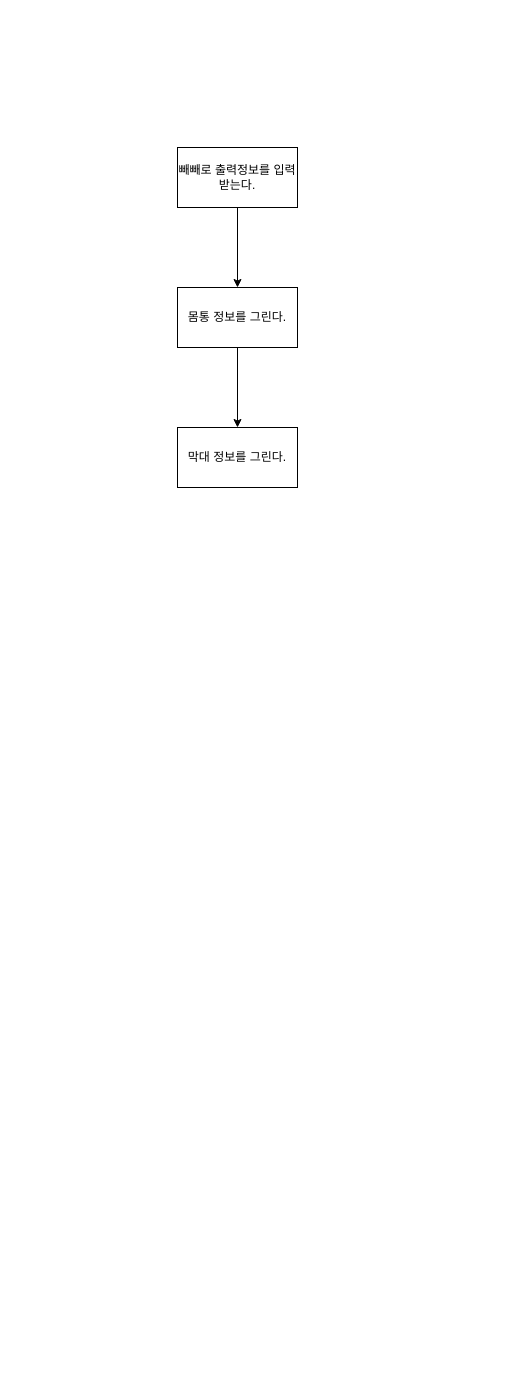
The draw.io diagram 뺴뺴로.drawio in yagom-academy/swift-starter-Round1, before the edit. Source tidied: cells renumbered, new cells numbered last; positions are measured from the earlier drawing's top-left corner, leaving out a move shared by most shapes. Both pictures are drawn from the tidied source at 100%, with x=0, y=0 at pixel (177, 147).
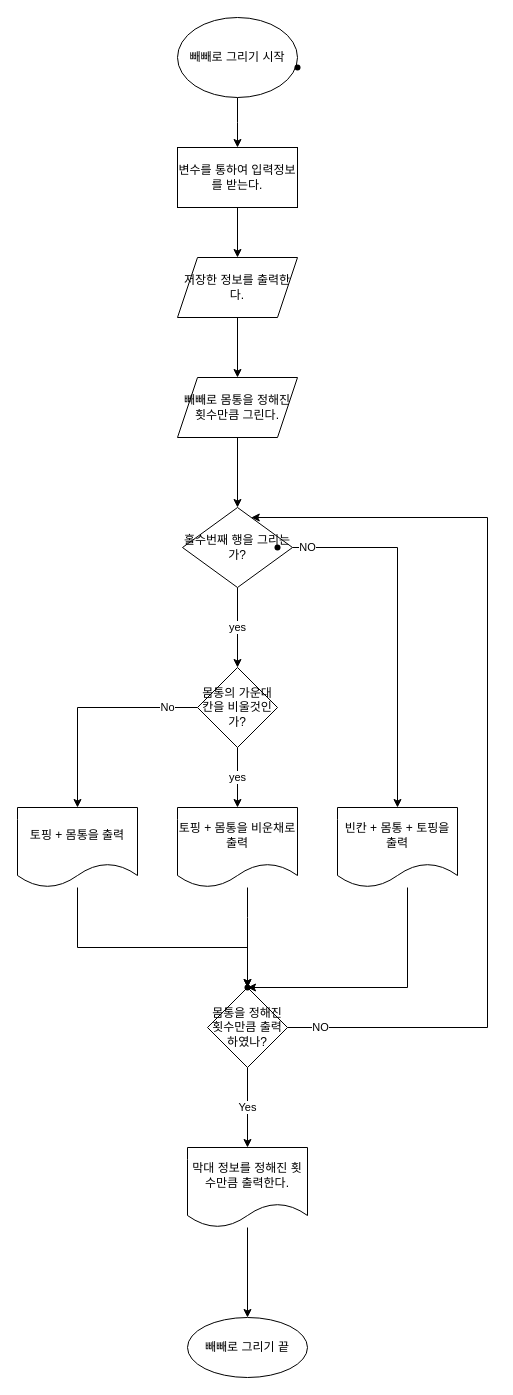
The same page after the edit.

What changed in the source:
```diff
@@
-    <mxCell id="2" style="edgeStyle=orthogonalEdgeStyle;rounded=0;jettySize=auto;html=1;" parent="1" edge="1" source="3" target="5">
-      <mxGeometry relative="1" as="geometry" />
-    </mxCell>
-    <mxCell id="3" value="빼빼로 출력정보를 입력받는다." style="rounded=0;whiteSpace=wrap;html=1;" parent="1" vertex="1">
-      <mxGeometry width="120" height="60" as="geometry" />
-    </mxCell>
-    <mxCell id="4" style="edgeStyle=orthogonalEdgeStyle;rounded=0;jettySize=auto;html=1;" parent="1" edge="1" source="5" target="6">
-      <mxGeometry relative="1" as="geometry" />
+    <mxCell id="4" style="edgeStyle=orthogonalEdgeStyle;rounded=0;orthogonalLoop=1;jettySize=auto;html=1;" parent="1" edge="1">
+      <mxGeometry relative="1" as="geometry">
+        <mxPoint x="60" y="290" as="sourcePoint" />
+        <mxPoint x="60" y="360" as="targetPoint" />
+      </mxGeometry>
     </mxCell>
-    <mxCell id="5" value="몸통 정보를 그린다." style="rounded=0;whiteSpace=wrap;html=1;" parent="1" vertex="1">
-      <mxGeometry y="140" width="120" height="60" as="geometry" />
-    </mxCell>
-    <mxCell id="6" value="막대 정보를 그린다." style="rounded=0;whiteSpace=wrap;html=1;" parent="1" vertex="1">
-      <mxGeometry y="280" width="120" height="60" as="geometry" />
-    </mxCell>
+    <mxCell id="7" style="edgeStyle=orthogonalEdgeStyle;rounded=0;jettySize=auto;html=1;" parent="1" edge="1" source="8">
+      <mxGeometry x="0.2" y="40" relative="1" as="geometry">
+        <mxPoint x="60" as="targetPoint" />
+      </mxGeometry>
+    </mxCell>
+    <mxCell id="8" value="빼빼로 그리기 시작" style="ellipse;whiteSpace=wrap;html=1;" parent="1" vertex="1">
+      <mxGeometry y="-130" width="120" height="80" as="geometry" />
+    </mxCell>
+    <mxCell id="9" style="shape=waypoint;sketch=0;size=6;fillColor=default;perimeter=centerPerimeter;" parent="1" vertex="1">
+      <mxGeometry x="100" y="-100" width="40" height="40" as="geometry" />
+    </mxCell>
+    <mxCell id="10" style="edgeStyle=orthogonalEdgeStyle;rounded=0;jettySize=auto;html=1;entryX=0.5;entryY=0;entryDx=0;entryDy=0;exitX=0.5;exitY=1;exitDx=0;exitDy=0;" parent="1" edge="1" source="13" target="14">
+      <mxGeometry relative="1" as="geometry" />
+    </mxCell>
+    <mxCell id="11" style="edgeStyle=orthogonalEdgeStyle;rounded=0;jettySize=auto;html=1;" parent="1" edge="1" source="12" target="13">
+      <mxGeometry relative="1" as="geometry" />
+    </mxCell>
+    <mxCell id="12" value="변수를 통하여 입력정보를 받는다." style="rounded=0;whiteSpace=wrap;html=1;" parent="1" vertex="1">
+      <mxGeometry width="120" height="60" as="geometry" />
+    </mxCell>
+    <mxCell id="13" value="저장한 정보를 출력한다." style="shape=parallelogram;perimeter=parallelogramPerimeter;whiteSpace=wrap;html=1;fixedSize=1;" parent="1" vertex="1">
+      <mxGeometry y="110" width="120" height="60" as="geometry" />
+    </mxCell>
+    <mxCell id="14" value="빼빼로 몸통을 정해진 횟수만큼 그린다." style="shape=parallelogram;perimeter=parallelogramPerimeter;whiteSpace=wrap;html=1;fixedSize=1;" parent="1" vertex="1">
+      <mxGeometry y="230" width="120" height="60" as="geometry" />
+    </mxCell>
+    <mxCell id="15" value="yes" style="edgeStyle=orthogonalEdgeStyle;rounded=0;jettySize=auto;html=1;" parent="1" edge="1" source="17" target="20">
+      <mxGeometry relative="1" as="geometry" />
+    </mxCell>
+    <mxCell id="16" value="NO" style="edgeStyle=orthogonalEdgeStyle;rounded=0;jettySize=auto;html=1;" parent="1" edge="1" source="17" target="26">
+      <mxGeometry x="-0.92" relative="1" as="geometry" />
+    </mxCell>
+    <mxCell id="17" value="홀수번째 행을 그리는가?" style="rhombus;whiteSpace=wrap;html=1;" parent="1" vertex="1">
+      <mxGeometry x="5" y="360" width="110" height="80" as="geometry" />
+    </mxCell>
+    <mxCell id="18" value="yes" style="edgeStyle=orthogonalEdgeStyle;rounded=0;jettySize=auto;html=1;" parent="1" edge="1" source="20" target="22">
+      <mxGeometry relative="1" as="geometry" />
+    </mxCell>
+    <mxCell id="19" value="No" style="edgeStyle=orthogonalEdgeStyle;rounded=0;jettySize=auto;html=1;" parent="1" edge="1" source="20" target="24">
+      <mxGeometry x="-0.73" relative="1" as="geometry" />
+    </mxCell>
+    <mxCell id="20" value="몸통의 가운대칸을 비울것인가?" style="rhombus;whiteSpace=wrap;html=1;" parent="1" vertex="1">
+      <mxGeometry x="20" y="520" width="80" height="80" as="geometry" />
+    </mxCell>
+    <mxCell id="21" style="edgeStyle=orthogonalEdgeStyle;rounded=0;jettySize=auto;html=1;" parent="1" edge="1" source="22" target="29">
+      <mxGeometry relative="1" as="geometry">
+        <Array as="points">
+          <mxPoint x="70" y="770" />
+          <mxPoint x="70" y="770" />
+        </Array>
+      </mxGeometry>
+    </mxCell>
+    <mxCell id="22" value="토핑 + 몸통을 비운채로 출력" style="shape=document;whiteSpace=wrap;html=1;boundedLbl=1;" parent="1" vertex="1">
+      <mxGeometry y="660" width="120" height="80" as="geometry" />
+    </mxCell>
+    <mxCell id="23" style="edgeStyle=orthogonalEdgeStyle;rounded=0;jettySize=auto;html=1;" parent="1" edge="1" source="24" target="29">
+      <mxGeometry relative="1" as="geometry">
+        <Array as="points">
+          <mxPoint x="-100" y="800" />
+          <mxPoint x="70" y="800" />
+        </Array>
+      </mxGeometry>
+    </mxCell>
+    <mxCell id="24" value="토핑 + 몸통을 출력" style="shape=document;whiteSpace=wrap;html=1;boundedLbl=1;" parent="1" vertex="1">
+      <mxGeometry x="-160" y="660" width="120" height="80" as="geometry" />
+    </mxCell>
+    <mxCell id="25" style="edgeStyle=orthogonalEdgeStyle;rounded=0;jettySize=auto;html=1;" parent="1" edge="1" source="26" target="31">
+      <mxGeometry relative="1" as="geometry">
+        <Array as="points">
+          <mxPoint x="230" y="840" />
+        </Array>
+      </mxGeometry>
+    </mxCell>
+    <mxCell id="26" value="빈칸 + 몸통 + 토핑을 출력" style="shape=document;whiteSpace=wrap;html=1;boundedLbl=1;" parent="1" vertex="1">
+      <mxGeometry x="160" y="660" width="120" height="80" as="geometry" />
+    </mxCell>
+    <mxCell id="27" value="NO" style="edgeStyle=orthogonalEdgeStyle;rounded=0;jettySize=auto;html=1;" parent="1" edge="1" source="29" target="17">
+      <mxGeometry x="-0.93" relative="1" as="geometry">
+        <Array as="points">
+          <mxPoint x="310" y="880" />
+          <mxPoint x="310" y="370" />
+        </Array>
+      </mxGeometry>
+    </mxCell>
+    <mxCell id="28" value="Yes" style="edgeStyle=orthogonalEdgeStyle;rounded=0;jettySize=auto;html=1;" parent="1" edge="1" source="29" target="33">
+      <mxGeometry relative="1" as="geometry" />
+    </mxCell>
+    <mxCell id="29" value="몸통을 정해진 횟수만큼 출력하였나?" style="rhombus;whiteSpace=wrap;html=1;" parent="1" vertex="1">
+      <mxGeometry x="30" y="840" width="80" height="80" as="geometry" />
+    </mxCell>
+    <mxCell id="30" style="shape=waypoint;sketch=0;size=6;fillColor=default;perimeter=centerPerimeter;" parent="1" vertex="1">
+      <mxGeometry x="80" y="380" width="40" height="40" as="geometry" />
+    </mxCell>
+    <mxCell id="31" style="shape=waypoint;sketch=0;size=6;points=[];fillColor=default;perimeter=centerPerimeter;snapToPoint=1;" parent="1" vertex="1">
+      <mxGeometry x="50" y="820" width="40" height="40" as="geometry" />
+    </mxCell>
+    <mxCell id="32" style="edgeStyle=orthogonalEdgeStyle;rounded=0;jettySize=auto;html=1;" parent="1" edge="1" source="33" target="34">
+      <mxGeometry relative="1" as="geometry" />
+    </mxCell>
+    <mxCell id="33" value="막대 정보를 정해진 횟수만큼 출력한다." style="shape=document;whiteSpace=wrap;html=1;boundedLbl=1;" parent="1" vertex="1">
+      <mxGeometry x="10" y="1000" width="120" height="80" as="geometry" />
+    </mxCell>
+    <mxCell id="34" value="빼빼로 그리기 끝" style="ellipse;whiteSpace=wrap;html=1;" parent="1" vertex="1">
+      <mxGeometry x="10" y="1170" width="120" height="60" as="geometry" />
+    </mxCell>
```
